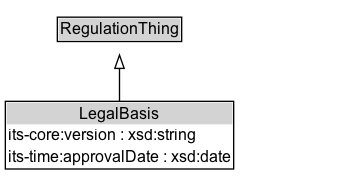
Above: docs/diagrams/LegalBasis.dot.png in k-vaughn/ontology-its-regulation (Graphviz), before the change. Its source is kept beside it as docs/diagrams/LegalBasis.dot.
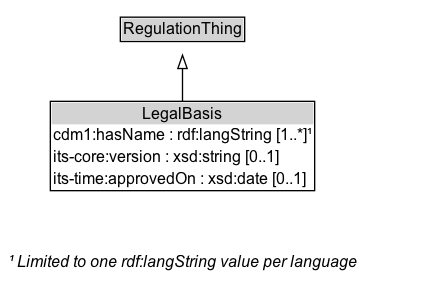
After the change.

Change to the diagram source:
```diff
@@ -6,7 +6,7 @@
 		rank=source
 		RegulationThing [label=<<TABLE BORDER="1" CELLBORDER="0" CELLSPACING="0" CELLPADDING="1"><TR><TD BGCOLOR="lightgray" ALIGN="CENTER">RegulationThing</TD></TR></TABLE>> URL="../RegulationThing" margin=0]
 	}
-	LegalBasis [label=<<TABLE BORDER="1" CELLBORDER="0" CELLSPACING="0" CELLPADDING="1"><TR><TD BGCOLOR="lightgray" ALIGN="CENTER">LegalBasis</TD></TR><TR><TD ALIGN="LEFT">its-core:version : xsd:string</TD></TR><TR><TD ALIGN="LEFT">its-time:approvalDate : xsd:date</TD></TR></TABLE>> URL="../LegalBasis" margin=0]
+	LegalBasis [label=<<TABLE BORDER="1" CELLBORDER="0" CELLSPACING="0" CELLPADDING="1"><TR><TD BGCOLOR="lightgray" ALIGN="CENTER">LegalBasis</TD></TR><TR><TD ALIGN="LEFT">cdm1:hasName : rdf:langString [1..*]¹</TD></TR><TR><TD ALIGN="LEFT">its-core:version : xsd:string [0..1]</TD></TR><TR><TD ALIGN="LEFT">its-time:approvedOn : xsd:date [0..1]</TD></TR></TABLE>> URL="../LegalBasis" margin=0]
 	{
 		rank=max
 	}
@@ -15,4 +15,6 @@
 		Invis [label=<<TABLE BORDER="0" CELLBORDER="0" CELLSPACING="0" CELLPADDING="1"><TR><TD></TD></TR></TABLE>> margin=0 style=invis]
 	}
 	LegalBasis -> RegulationThing [arrowhead=onormal style=solid]
+	LegalBasis_uniqueLang_note [label=<<TABLE BORDER="0" CELLBORDER="0" CELLSPACING="0" CELLPADDING="2"><TR><TD ALIGN="LEFT"><I>¹ Limited to one rdf:langString value per language</I></TD></TR></TABLE>> margin=0]
+	LegalBasis -> LegalBasis_uniqueLang_note [style=invis]
 }
```
